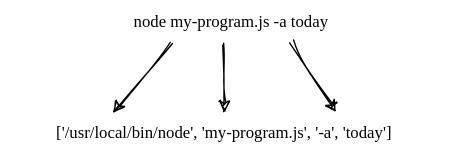
The draw.io diagram docs/vol1/systems-programming/figures/process-argv.svg in gvwilson/sdxjs, before a commit. Source tidied: cells renumbered, new cells last; positions are measured from the earlier drawing's top-left corner, leaving out a move shared by most shapes.
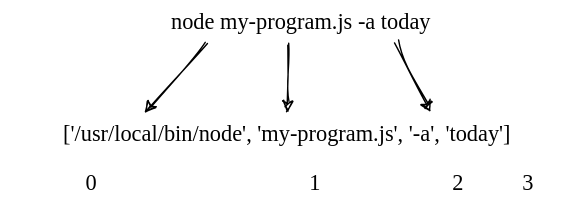
Above is the later version.

What changed in the source:
```diff
@@ -2,20 +2,32 @@
   <root>
     <mxCell id="0" />
     <mxCell id="1" parent="0" />
-    <mxCell id="2" value="node my-program.js -a today" style="text;html=1;strokeColor=none;fillColor=none;align=center;verticalAlign=middle;whiteSpace=wrap;rounded=0;fontFamily=Comic Sans MS;" parent="1" vertex="1">
-      <mxGeometry x="80" width="170" height="30" as="geometry" />
+    <mxCell id="2" value="node my-program.js -a today" style="text;html=1;strokeColor=none;fillColor=none;align=center;verticalAlign=middle;whiteSpace=wrap;rounded=0;fontFamily=Comic Sans MS;fontSize=16;" parent="1" vertex="1">
+      <mxGeometry x="80" width="270" height="30" as="geometry" />
     </mxCell>
-    <mxCell id="3" value="['/usr/local/bin/node', 'my-program.js', '-a', 'today']" style="text;html=1;strokeColor=none;fillColor=none;align=center;verticalAlign=middle;whiteSpace=wrap;rounded=0;fontFamily=Comic Sans MS;" parent="1" vertex="1">
-      <mxGeometry y="80" width="320" height="30" as="geometry" />
+    <mxCell id="3" value="['/usr/local/bin/node', 'my-program.js', '-a', 'today']" style="text;html=1;strokeColor=none;fillColor=none;align=center;verticalAlign=middle;whiteSpace=wrap;rounded=0;fontFamily=Comic Sans MS;fontSize=16;" parent="1" vertex="1">
+      <mxGeometry y="80" width="410" height="30" as="geometry" />
     </mxCell>
-    <mxCell id="4" style="endArrow=classic;html=1;fontFamily=Helvetica;entryX=0.25;entryY=0;entryDx=0;entryDy=0;exitX=0.25;exitY=1;exitDx=0;exitDy=0;sketch=1;" parent="1" edge="1" source="2" target="3">
+    <mxCell id="4" style="endArrow=classic;html=1;fontFamily=Helvetica;entryX=0.25;entryY=0;entryDx=0;entryDy=0;exitX=0.25;exitY=1;exitDx=0;exitDy=0;sketch=1;fontSize=16;" parent="1" edge="1" source="2" target="3">
       <mxGeometry relative="1" as="geometry" />
     </mxCell>
-    <mxCell id="5" style="endArrow=classic;html=1;fontFamily=Helvetica;entryX=0.5;entryY=0;entryDx=0;entryDy=0;exitX=0.465;exitY=1.05;exitDx=0;exitDy=0;exitPerimeter=0;sketch=1;" parent="1" edge="1" source="2" target="3">
+    <mxCell id="5" style="endArrow=classic;html=1;fontFamily=Helvetica;entryX=0.5;entryY=0;entryDx=0;entryDy=0;exitX=0.465;exitY=1.05;exitDx=0;exitDy=0;exitPerimeter=0;sketch=1;fontSize=16;" parent="1" edge="1" source="2" target="3">
       <mxGeometry relative="1" as="geometry" />
     </mxCell>
-    <mxCell id="6" style="endArrow=classic;html=1;fontFamily=Helvetica;entryX=0.75;entryY=0;entryDx=0;entryDy=0;exitX=0.75;exitY=1;exitDx=0;exitDy=0;sketch=1;" parent="1" edge="1" source="2" target="3">
+    <mxCell id="6" style="endArrow=classic;html=1;fontFamily=Helvetica;entryX=0.75;entryY=0;entryDx=0;entryDy=0;exitX=0.75;exitY=1;exitDx=0;exitDy=0;sketch=1;fontSize=16;" parent="1" edge="1" source="2" target="3">
       <mxGeometry relative="1" as="geometry" />
     </mxCell>
+    <mxCell id="7" value="&lt;font face=&quot;Comic Sans MS&quot; style=&quot;font-size: 16px;&quot;&gt;0&lt;/font&gt;" style="text;html=1;strokeColor=none;fillColor=none;align=center;verticalAlign=middle;whiteSpace=wrap;rounded=0;fontSize=16;" parent="1" vertex="1">
+      <mxGeometry x="50" y="120" width="30" height="20" as="geometry" />
+    </mxCell>
+    <mxCell id="8" value="&lt;font face=&quot;Comic Sans MS&quot; style=&quot;font-size: 16px;&quot;&gt;1&lt;/font&gt;" style="text;html=1;strokeColor=none;fillColor=none;align=center;verticalAlign=middle;whiteSpace=wrap;rounded=0;fontSize=16;" parent="1" vertex="1">
+      <mxGeometry x="210" y="120" width="30" height="20" as="geometry" />
+    </mxCell>
+    <mxCell id="9" value="&lt;font face=&quot;Comic Sans MS&quot; style=&quot;font-size: 16px;&quot;&gt;2&lt;/font&gt;" style="text;html=1;strokeColor=none;fillColor=none;align=center;verticalAlign=middle;whiteSpace=wrap;rounded=0;fontSize=16;" parent="1" vertex="1">
+      <mxGeometry x="310" y="120" width="35" height="20" as="geometry" />
+    </mxCell>
+    <mxCell id="10" value="&lt;font face=&quot;Comic Sans MS&quot; style=&quot;font-size: 16px;&quot;&gt;3&lt;/font&gt;" style="text;html=1;strokeColor=none;fillColor=none;align=center;verticalAlign=middle;whiteSpace=wrap;rounded=0;fontSize=16;" parent="1" vertex="1">
+      <mxGeometry x="355" y="120" width="45" height="20" as="geometry" />
+    </mxCell>
   </root>
 </mxGraphModel>
```
